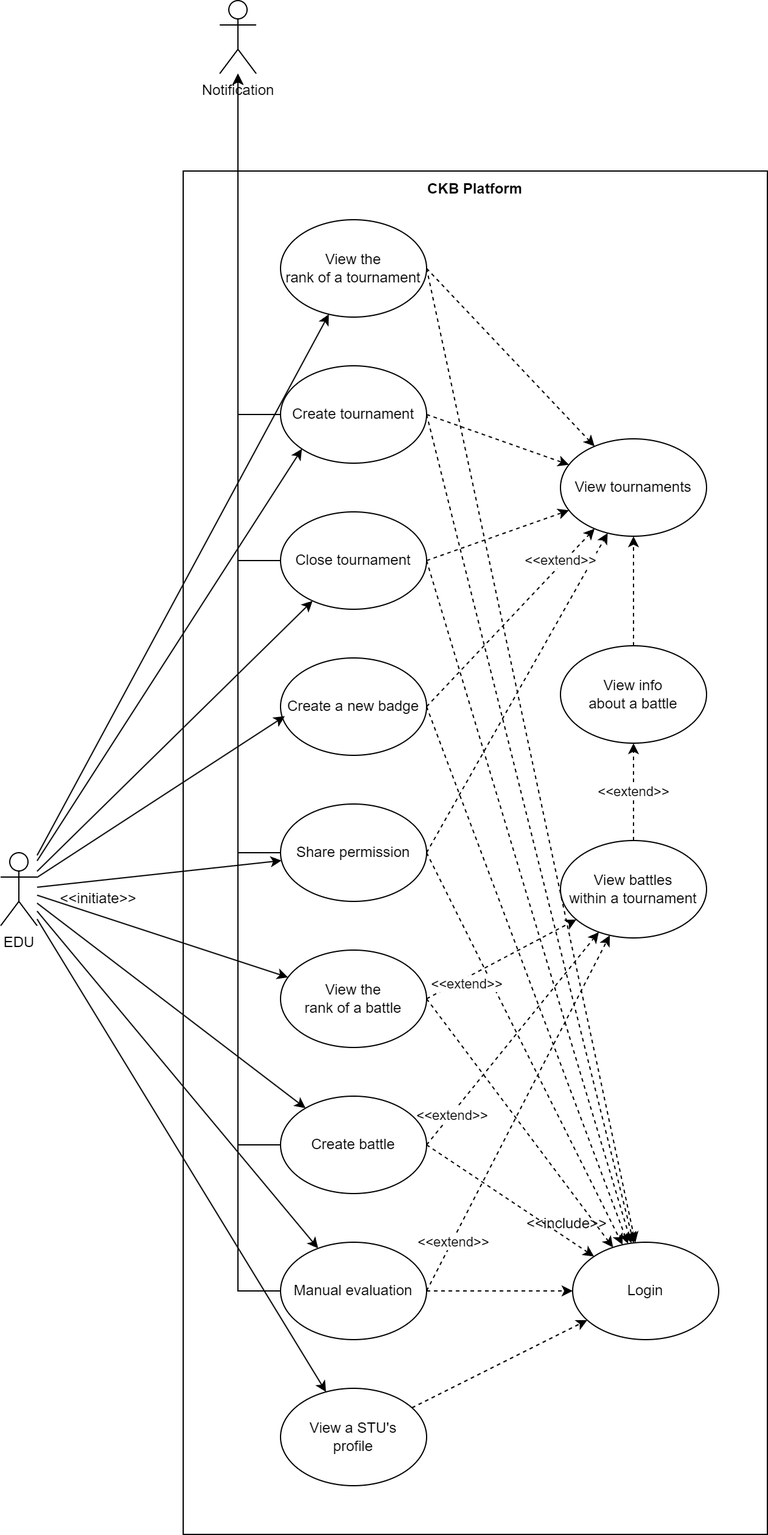
Above: RASD/images/sequence_diagrams/use_case_diagrams_EDU.png in pontig/sw-eng-2-PasiniPontiggiaStasi (draw.io), before the change. Source tidied: cells renumbered, new cells last; positions are measured from the earlier drawing's top-left corner, leaving out a move shared by most shapes. The source it was exported from:
```xml
<mxGraphModel>
  <root>
    <mxCell id="0" />
    <mxCell id="1" parent="0" />
    <mxCell id="2" style="whiteSpace=wrap;html=1;fillColor=none;" parent="1" vertex="1">
      <mxGeometry x="150" y="140" width="480" height="1120" as="geometry" />
    </mxCell>
    <mxCell id="3" style="rounded=0;jettySize=auto;html=1;exitX=1;exitY=0.5;exitDx=0;exitDy=0;dashed=1;" parent="1" edge="1" source="6" target="25">
      <mxGeometry relative="1" as="geometry" />
    </mxCell>
    <mxCell id="4" style="rounded=0;jettySize=auto;html=1;exitX=1;exitY=0.5;exitDx=0;exitDy=0;dashed=1;" parent="1" edge="1" source="6" target="26">
      <mxGeometry x="0.53" y="2" relative="1" as="geometry" />
    </mxCell>
    <mxCell id="5" style="edgeStyle=orthogonalEdgeStyle;rounded=0;jettySize=auto;html=1;" parent="1" edge="1" source="6" target="41">
      <mxGeometry relative="1" as="geometry" />
    </mxCell>
    <mxCell id="6" value="Create tournament" style="ellipse;whiteSpace=wrap;html=1;" parent="1" vertex="1">
      <mxGeometry x="230" y="300" width="120" height="80" as="geometry" />
    </mxCell>
    <mxCell id="7" style="rounded=0;jettySize=auto;html=1;exitX=1;exitY=0.5;exitDx=0;exitDy=0;dashed=1;" parent="1" edge="1" source="10" target="25">
      <mxGeometry relative="1" as="geometry" />
    </mxCell>
    <mxCell id="8" value="&amp;lt;&amp;lt;extend&amp;gt;&amp;gt;" style="edgeStyle=none;rounded=0;jettySize=auto;html=1;exitX=1;exitY=0.5;exitDx=0;exitDy=0;dashed=1;" parent="1" edge="1" source="10" target="28">
      <mxGeometry x="-0.72" y="-1" relative="1" as="geometry" />
    </mxCell>
    <mxCell id="9" style="edgeStyle=orthogonalEdgeStyle;rounded=0;jettySize=auto;html=1;" parent="1" edge="1" source="10" target="41">
      <mxGeometry relative="1" as="geometry" />
    </mxCell>
    <mxCell id="10" value="Create battle" style="ellipse;whiteSpace=wrap;html=1;" parent="1" vertex="1">
      <mxGeometry x="230" y="900" width="120" height="80" as="geometry" />
    </mxCell>
    <mxCell id="11" style="rounded=0;jettySize=auto;html=1;exitX=1;exitY=0.5;exitDx=0;exitDy=0;dashed=1;" parent="1" edge="1" source="14" target="25">
      <mxGeometry relative="1" as="geometry" />
    </mxCell>
    <mxCell id="12" style="edgeStyle=none;rounded=0;jettySize=auto;html=1;exitX=1;exitY=0.5;exitDx=0;exitDy=0;dashed=1;" parent="1" edge="1" source="14" target="26">
      <mxGeometry x="0.45" y="-2" relative="1" as="geometry" />
    </mxCell>
    <mxCell id="13" style="edgeStyle=orthogonalEdgeStyle;rounded=0;jettySize=auto;html=1;" parent="1" edge="1" source="14" target="41">
      <mxGeometry relative="1" as="geometry" />
    </mxCell>
    <mxCell id="14" value="Share permission" style="ellipse;whiteSpace=wrap;html=1;" parent="1" vertex="1">
      <mxGeometry x="230" y="660" width="120" height="80" as="geometry" />
    </mxCell>
    <mxCell id="15" style="rounded=0;jettySize=auto;html=1;exitX=1;exitY=0.5;exitDx=0;exitDy=0;dashed=1;" parent="1" edge="1" source="17" target="25">
      <mxGeometry relative="1" as="geometry" />
    </mxCell>
    <mxCell id="16" style="edgeStyle=orthogonalEdgeStyle;rounded=0;jettySize=auto;html=1;" parent="1" edge="1" source="17" target="41">
      <mxGeometry relative="1" as="geometry" />
    </mxCell>
    <mxCell id="17" value="Manual evaluation" style="ellipse;whiteSpace=wrap;html=1;" parent="1" vertex="1">
      <mxGeometry x="230" y="1020" width="120" height="80" as="geometry" />
    </mxCell>
    <mxCell id="18" style="rounded=0;jettySize=auto;html=1;exitX=1;exitY=0.5;exitDx=0;exitDy=0;dashed=1;" parent="1" edge="1" source="21" target="25">
      <mxGeometry relative="1" as="geometry" />
    </mxCell>
    <mxCell id="19" style="edgeStyle=none;rounded=0;jettySize=auto;html=1;exitX=1;exitY=0.5;exitDx=0;exitDy=0;dashed=1;" parent="1" edge="1" source="21" target="26">
      <mxGeometry x="0.38" y="2" relative="1" as="geometry" />
    </mxCell>
    <mxCell id="20" style="edgeStyle=orthogonalEdgeStyle;rounded=0;jettySize=auto;html=1;" parent="1" edge="1" source="21" target="41">
      <mxGeometry relative="1" as="geometry" />
    </mxCell>
    <mxCell id="21" value="Close tournament" style="ellipse;whiteSpace=wrap;html=1;" parent="1" vertex="1">
      <mxGeometry x="230" y="420" width="120" height="80" as="geometry" />
    </mxCell>
    <mxCell id="22" style="rounded=0;jettySize=auto;html=1;dashed=1;exitX=1;exitY=0.5;exitDx=0;exitDy=0;" parent="1" edge="1" source="24" target="25">
      <mxGeometry relative="1" as="geometry" />
    </mxCell>
    <mxCell id="23" value="&amp;lt;&amp;lt;extend&amp;gt;&amp;gt;" style="edgeStyle=none;rounded=0;jettySize=auto;html=1;exitX=1;exitY=0.5;exitDx=0;exitDy=0;dashed=1;" parent="1" edge="1" source="24" target="26">
      <mxGeometry x="0.62" y="2" relative="1" as="geometry" />
    </mxCell>
    <mxCell id="24" value="Create a new badge" style="ellipse;whiteSpace=wrap;html=1;" parent="1" vertex="1">
      <mxGeometry x="230" y="540" width="120" height="80" as="geometry" />
    </mxCell>
    <mxCell id="25" value="Login" style="ellipse;whiteSpace=wrap;html=1;" parent="1" vertex="1">
      <mxGeometry x="470" y="1020" width="120" height="80" as="geometry" />
    </mxCell>
    <mxCell id="26" value="View tournaments" style="ellipse;whiteSpace=wrap;html=1;" parent="1" vertex="1">
      <mxGeometry x="460" y="360" width="120" height="80" as="geometry" />
    </mxCell>
    <mxCell id="27" style="edgeStyle=orthogonalEdgeStyle;rounded=0;jettySize=auto;html=1;dashed=1;" parent="1" edge="1" source="53" target="26">
      <mxGeometry relative="1" as="geometry" />
    </mxCell>
    <mxCell id="28" value="View battles&lt;br&gt;within a tournament" style="ellipse;whiteSpace=wrap;html=1;" parent="1" vertex="1">
      <mxGeometry x="460" y="690" width="120" height="80" as="geometry" />
    </mxCell>
    <mxCell id="29" value="&amp;lt;&amp;lt;include&amp;gt;&amp;gt;" style="text;html=1;align=center;verticalAlign=middle;strokeColor=none;fillColor=none;" parent="1" vertex="1">
      <mxGeometry x="420" y="990" width="90" height="30" as="geometry" />
    </mxCell>
    <mxCell id="30" style="edgeStyle=none;rounded=0;jettySize=auto;html=1;entryX=0;entryY=1;entryDx=0;entryDy=0;" parent="1" edge="1" source="38" target="6">
      <mxGeometry relative="1" as="geometry" />
    </mxCell>
    <mxCell id="31" style="edgeStyle=none;rounded=0;jettySize=auto;html=1;" parent="1" edge="1" source="38" target="21">
      <mxGeometry relative="1" as="geometry" />
    </mxCell>
    <mxCell id="32" style="edgeStyle=none;rounded=0;jettySize=auto;html=1;" parent="1" edge="1" source="38" target="14">
      <mxGeometry relative="1" as="geometry" />
    </mxCell>
    <mxCell id="33" style="edgeStyle=none;rounded=0;jettySize=auto;html=1;" parent="1" edge="1" source="38" target="10">
      <mxGeometry relative="1" as="geometry" />
    </mxCell>
    <mxCell id="34" style="edgeStyle=none;rounded=0;jettySize=auto;html=1;" parent="1" edge="1" source="38" target="17">
      <mxGeometry relative="1" as="geometry" />
    </mxCell>
    <mxCell id="35" style="rounded=0;jettySize=auto;html=1;" parent="1" edge="1" source="38" target="45">
      <mxGeometry relative="1" as="geometry" />
    </mxCell>
    <mxCell id="36" style="rounded=0;jettySize=auto;html=1;" parent="1" edge="1" source="38" target="48">
      <mxGeometry relative="1" as="geometry" />
    </mxCell>
    <mxCell id="37" style="rounded=0;jettySize=auto;html=1;" parent="1" edge="1" source="38" target="51">
      <mxGeometry relative="1" as="geometry" />
    </mxCell>
    <mxCell id="38" value="EDU" style="shape=umlActor;verticalLabelPosition=bottom;verticalAlign=top;html=1;outlineConnect=0;" parent="1" vertex="1">
      <mxGeometry y="700" width="30" height="60" as="geometry" />
    </mxCell>
    <mxCell id="39" style="edgeStyle=none;rounded=0;jettySize=auto;html=1;entryX=0.029;entryY=0.598;entryDx=0;entryDy=0;entryPerimeter=0;" parent="1" edge="1" source="38" target="24">
      <mxGeometry relative="1" as="geometry" />
    </mxCell>
    <mxCell id="40" value="&amp;lt;&amp;lt;initiate&amp;gt;&amp;gt;" style="text;html=1;align=center;verticalAlign=middle;strokeColor=none;fillColor=none;" parent="1" vertex="1">
      <mxGeometry x="35" y="723" width="90" height="30" as="geometry" />
    </mxCell>
    <mxCell id="41" value="Notification" style="shape=umlActor;verticalLabelPosition=bottom;verticalAlign=top;html=1;outlineConnect=0;" parent="1" vertex="1">
      <mxGeometry x="180" width="30" height="60" as="geometry" />
    </mxCell>
    <mxCell id="42" value="&lt;b&gt;CKB Platform&lt;/b&gt;" style="text;html=1;strokeColor=none;fillColor=none;align=center;verticalAlign=middle;whiteSpace=wrap;rounded=0;" parent="1" vertex="1">
      <mxGeometry x="150" y="140" width="480" height="30" as="geometry" />
    </mxCell>
    <mxCell id="43" value="&amp;lt;&amp;lt;extend&amp;gt;&amp;gt;" style="rounded=0;jettySize=auto;html=1;dashed=1;exitX=1;exitY=0.5;exitDx=0;exitDy=0;" parent="1" edge="1" source="45" target="28">
      <mxGeometry x="-0.5" y="-5" relative="1" as="geometry" />
    </mxCell>
    <mxCell id="44" style="rounded=0;jettySize=auto;html=1;dashed=1;exitX=1;exitY=0.5;exitDx=0;exitDy=0;" parent="1" edge="1" source="45" target="25">
      <mxGeometry relative="1" as="geometry" />
    </mxCell>
    <mxCell id="45" value="View the&lt;br&gt;rank of a battle" style="ellipse;whiteSpace=wrap;html=1;" parent="1" vertex="1">
      <mxGeometry x="230" y="780" width="120" height="80" as="geometry" />
    </mxCell>
    <mxCell id="46" style="rounded=0;jettySize=auto;html=1;exitX=1;exitY=0.5;exitDx=0;exitDy=0;dashed=1;" parent="1" edge="1" source="48" target="25">
      <mxGeometry relative="1" as="geometry" />
    </mxCell>
    <mxCell id="47" style="rounded=0;jettySize=auto;html=1;dashed=1;exitX=1;exitY=0.5;exitDx=0;exitDy=0;" parent="1" edge="1" source="48" target="26">
      <mxGeometry relative="1" as="geometry" />
    </mxCell>
    <mxCell id="48" value="View the&lt;br&gt;rank of a tournament" style="ellipse;whiteSpace=wrap;html=1;" parent="1" vertex="1">
      <mxGeometry x="230" y="180" width="120" height="80" as="geometry" />
    </mxCell>
    <mxCell id="49" value="&amp;lt;&amp;lt;extend&amp;gt;&amp;gt;" style="edgeStyle=none;rounded=0;jettySize=auto;html=1;exitX=1;exitY=0.5;exitDx=0;exitDy=0;dashed=1;" parent="1" edge="1" source="17" target="28">
      <mxGeometry x="-0.72" y="-1" relative="1" as="geometry" />
    </mxCell>
    <mxCell id="50" style="rounded=0;jettySize=auto;html=1;dashed=1;" parent="1" edge="1" source="51" target="25">
      <mxGeometry relative="1" as="geometry" />
    </mxCell>
    <mxCell id="51" value="View a STU's&lt;br&gt;profile" style="ellipse;whiteSpace=wrap;html=1;" parent="1" vertex="1">
      <mxGeometry x="230" y="1140" width="120" height="80" as="geometry" />
    </mxCell>
    <mxCell id="52" value="&amp;lt;&amp;lt;extend&amp;gt;&amp;gt;" style="edgeStyle=orthogonalEdgeStyle;rounded=0;jettySize=auto;html=1;dashed=1;" parent="1" edge="1" source="28" target="53">
      <mxGeometry relative="1" as="geometry" />
    </mxCell>
    <mxCell id="53" value="View info&lt;br&gt;about a battle" style="ellipse;whiteSpace=wrap;html=1;" parent="1" vertex="1">
      <mxGeometry x="460" y="530" width="120" height="80" as="geometry" />
    </mxCell>
  </root>
</mxGraphModel>
```
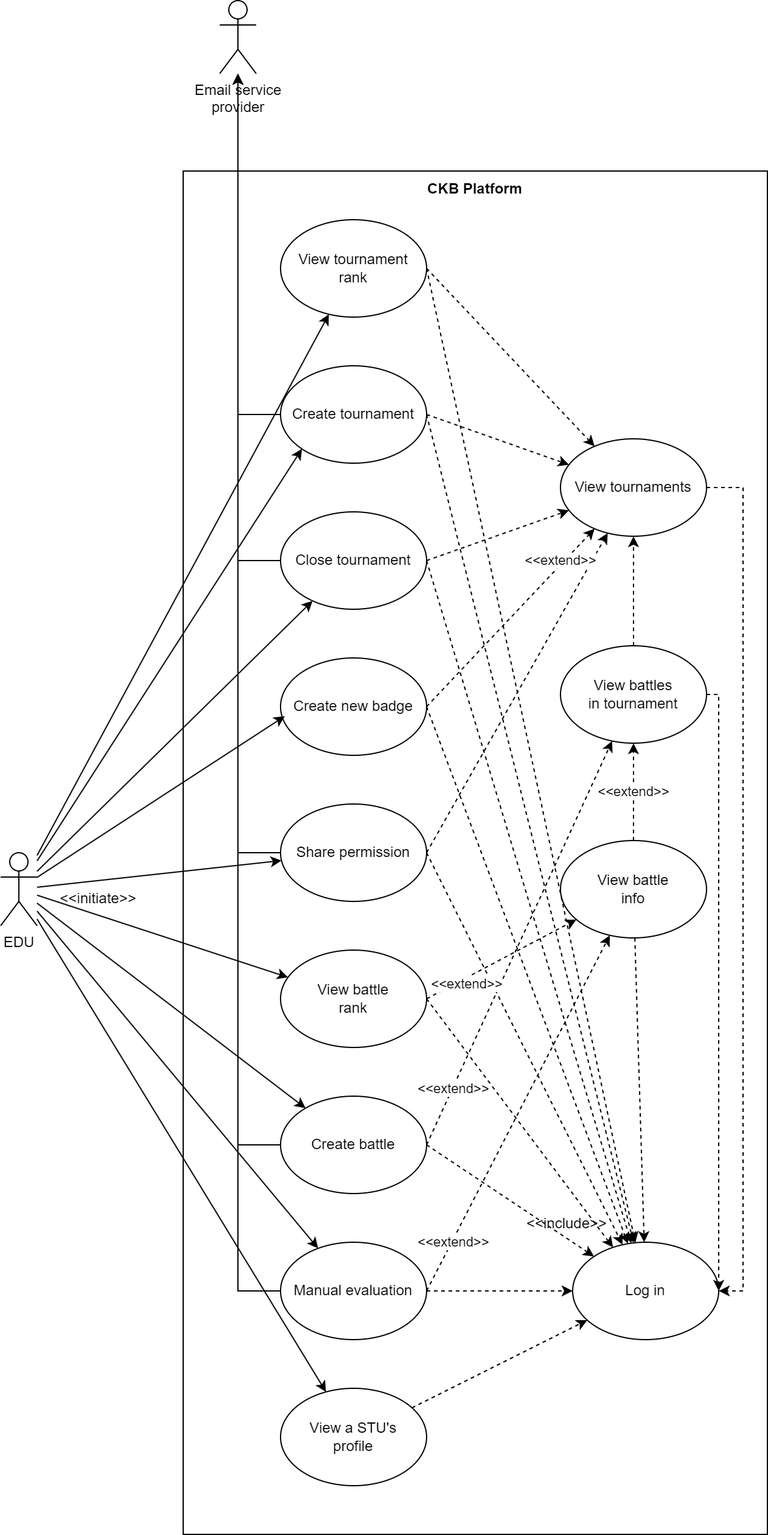
The same diagram one commit later.

Change to the diagram source:
```diff
@@ -20,7 +20,7 @@
     <mxCell id="7" style="rounded=0;jettySize=auto;html=1;exitX=1;exitY=0.5;exitDx=0;exitDy=0;dashed=1;" parent="1" edge="1" source="10" target="25">
       <mxGeometry relative="1" as="geometry" />
     </mxCell>
-    <mxCell id="8" value="&amp;lt;&amp;lt;extend&amp;gt;&amp;gt;" style="edgeStyle=none;rounded=0;jettySize=auto;html=1;exitX=1;exitY=0.5;exitDx=0;exitDy=0;dashed=1;" parent="1" edge="1" source="10" target="28">
+    <mxCell id="8" value="&amp;lt;&amp;lt;extend&amp;gt;&amp;gt;" style="edgeStyle=none;rounded=0;jettySize=auto;html=1;exitX=1;exitY=0.5;exitDx=0;exitDy=0;dashed=1;" parent="1" edge="1" source="10" target="53">
       <mxGeometry x="-0.72" y="-1" relative="1" as="geometry" />
     </mxCell>
     <mxCell id="9" style="edgeStyle=orthogonalEdgeStyle;rounded=0;jettySize=auto;html=1;" parent="1" edge="1" source="10" target="41">
@@ -68,19 +68,29 @@
     <mxCell id="23" value="&amp;lt;&amp;lt;extend&amp;gt;&amp;gt;" style="edgeStyle=none;rounded=0;jettySize=auto;html=1;exitX=1;exitY=0.5;exitDx=0;exitDy=0;dashed=1;" parent="1" edge="1" source="24" target="26">
       <mxGeometry x="0.62" y="2" relative="1" as="geometry" />
     </mxCell>
-    <mxCell id="24" value="Create a new badge" style="ellipse;whiteSpace=wrap;html=1;" parent="1" vertex="1">
+    <mxCell id="24" value="Create new badge" style="ellipse;whiteSpace=wrap;html=1;" parent="1" vertex="1">
       <mxGeometry x="230" y="540" width="120" height="80" as="geometry" />
     </mxCell>
-    <mxCell id="25" value="Login" style="ellipse;whiteSpace=wrap;html=1;" parent="1" vertex="1">
+    <mxCell id="25" value="Log in" style="ellipse;whiteSpace=wrap;html=1;" parent="1" vertex="1">
       <mxGeometry x="470" y="1020" width="120" height="80" as="geometry" />
     </mxCell>
+    <mxCell id="54" style="edgeStyle=elbowEdgeStyle;rounded=0;jettySize=auto;html=1;dashed=1;" parent="1" edge="1" source="26" target="25">
+      <mxGeometry relative="1" as="geometry">
+        <Array as="points">
+          <mxPoint x="610" y="730" />
+        </Array>
+      </mxGeometry>
+    </mxCell>
     <mxCell id="26" value="View tournaments" style="ellipse;whiteSpace=wrap;html=1;" parent="1" vertex="1">
       <mxGeometry x="460" y="360" width="120" height="80" as="geometry" />
     </mxCell>
     <mxCell id="27" style="edgeStyle=orthogonalEdgeStyle;rounded=0;jettySize=auto;html=1;dashed=1;" parent="1" edge="1" source="53" target="26">
       <mxGeometry relative="1" as="geometry" />
     </mxCell>
+    <mxCell id="55" style="rounded=0;jettySize=auto;html=1;dashed=1;" parent="1" edge="1" source="28" target="25">
+      <mxGeometry relative="1" as="geometry" />
+    </mxCell>
-    <mxCell id="28" value="View battles&lt;br&gt;within a tournament" style="ellipse;whiteSpace=wrap;html=1;" parent="1" vertex="1">
+    <mxCell id="28" value="&lt;span style=&quot;color: rgb(0, 0, 0); font-family: Helvetica; font-size: 12px; font-style: normal; font-variant-ligatures: normal; font-variant-caps: normal; font-weight: 400; letter-spacing: normal; orphans: 2; text-align: center; text-indent: 0px; text-transform: none; widows: 2; word-spacing: 0px; -webkit-text-stroke-width: 0px; background-color: rgb(251, 251, 251); text-decoration-thickness: initial; text-decoration-style: initial; text-decoration-color: initial; float: none; display: inline !important;&quot;&gt;View battle&lt;/span&gt;&lt;br style=&quot;border-color: var(--border-color); color: rgb(0, 0, 0); font-family: Helvetica; font-size: 12px; font-style: normal; font-variant-ligatures: normal; font-variant-caps: normal; font-weight: 400; letter-spacing: normal; orphans: 2; text-align: center; text-indent: 0px; text-transform: none; widows: 2; word-spacing: 0px; -webkit-text-stroke-width: 0px; background-color: rgb(251, 251, 251); text-decoration-thickness: initial; text-decoration-style: initial; text-decoration-color: initial;&quot;&gt;&lt;span style=&quot;color: rgb(0, 0, 0); font-family: Helvetica; font-size: 12px; font-style: normal; font-variant-ligatures: normal; font-variant-caps: normal; font-weight: 400; letter-spacing: normal; orphans: 2; text-align: center; text-indent: 0px; text-transform: none; widows: 2; word-spacing: 0px; -webkit-text-stroke-width: 0px; background-color: rgb(251, 251, 251); text-decoration-thickness: initial; text-decoration-style: initial; text-decoration-color: initial; float: none; display: inline !important;&quot;&gt;info&lt;/span&gt;" style="ellipse;whiteSpace=wrap;html=1;" parent="1" vertex="1">
       <mxGeometry x="460" y="690" width="120" height="80" as="geometry" />
     </mxCell>
     <mxCell id="29" value="&amp;lt;&amp;lt;include&amp;gt;&amp;gt;" style="text;html=1;align=center;verticalAlign=middle;strokeColor=none;fillColor=none;" parent="1" vertex="1">
@@ -119,7 +129,7 @@
     <mxCell id="40" value="&amp;lt;&amp;lt;initiate&amp;gt;&amp;gt;" style="text;html=1;align=center;verticalAlign=middle;strokeColor=none;fillColor=none;" parent="1" vertex="1">
       <mxGeometry x="35" y="723" width="90" height="30" as="geometry" />
     </mxCell>
-    <mxCell id="41" value="Notification" style="shape=umlActor;verticalLabelPosition=bottom;verticalAlign=top;html=1;outlineConnect=0;" parent="1" vertex="1">
+    <mxCell id="41" value="Email service&lt;br&gt;provider" style="shape=umlActor;verticalLabelPosition=bottom;verticalAlign=top;html=1;outlineConnect=0;" parent="1" vertex="1">
       <mxGeometry x="180" width="30" height="60" as="geometry" />
     </mxCell>
     <mxCell id="42" value="&lt;b&gt;CKB Platform&lt;/b&gt;" style="text;html=1;strokeColor=none;fillColor=none;align=center;verticalAlign=middle;whiteSpace=wrap;rounded=0;" parent="1" vertex="1">
@@ -131,7 +141,7 @@
     <mxCell id="44" style="rounded=0;jettySize=auto;html=1;dashed=1;exitX=1;exitY=0.5;exitDx=0;exitDy=0;" parent="1" edge="1" source="45" target="25">
       <mxGeometry relative="1" as="geometry" />
     </mxCell>
-    <mxCell id="45" value="View the&lt;br&gt;rank of a battle" style="ellipse;whiteSpace=wrap;html=1;" parent="1" vertex="1">
+    <mxCell id="45" value="View battle&lt;br&gt;rank" style="ellipse;whiteSpace=wrap;html=1;" parent="1" vertex="1">
       <mxGeometry x="230" y="780" width="120" height="80" as="geometry" />
     </mxCell>
     <mxCell id="46" style="rounded=0;jettySize=auto;html=1;exitX=1;exitY=0.5;exitDx=0;exitDy=0;dashed=1;" parent="1" edge="1" source="48" target="25">
@@ -140,7 +150,7 @@
     <mxCell id="47" style="rounded=0;jettySize=auto;html=1;dashed=1;exitX=1;exitY=0.5;exitDx=0;exitDy=0;" parent="1" edge="1" source="48" target="26">
       <mxGeometry relative="1" as="geometry" />
     </mxCell>
-    <mxCell id="48" value="View the&lt;br&gt;rank of a tournament" style="ellipse;whiteSpace=wrap;html=1;" parent="1" vertex="1">
+    <mxCell id="48" value="View tournament&lt;br&gt;rank" style="ellipse;whiteSpace=wrap;html=1;" parent="1" vertex="1">
       <mxGeometry x="230" y="180" width="120" height="80" as="geometry" />
     </mxCell>
     <mxCell id="49" value="&amp;lt;&amp;lt;extend&amp;gt;&amp;gt;" style="edgeStyle=none;rounded=0;jettySize=auto;html=1;exitX=1;exitY=0.5;exitDx=0;exitDy=0;dashed=1;" parent="1" edge="1" source="17" target="28">
@@ -155,7 +165,14 @@
     <mxCell id="52" value="&amp;lt;&amp;lt;extend&amp;gt;&amp;gt;" style="edgeStyle=orthogonalEdgeStyle;rounded=0;jettySize=auto;html=1;dashed=1;" parent="1" edge="1" source="28" target="53">
       <mxGeometry relative="1" as="geometry" />
     </mxCell>
+    <mxCell id="56" style="edgeStyle=elbowEdgeStyle;rounded=0;jettySize=auto;html=1;dashed=1;" parent="1" edge="1" source="53" target="25">
+      <mxGeometry relative="1" as="geometry">
+        <Array as="points">
+          <mxPoint x="590" y="810" />
+        </Array>
+      </mxGeometry>
+    </mxCell>
-    <mxCell id="53" value="View info&lt;br&gt;about a battle" style="ellipse;whiteSpace=wrap;html=1;" parent="1" vertex="1">
+    <mxCell id="53" value="View battles&lt;br style=&quot;border-color: var(--border-color);&quot;&gt;in tournament" style="ellipse;whiteSpace=wrap;html=1;" parent="1" vertex="1">
       <mxGeometry x="460" y="530" width="120" height="80" as="geometry" />
     </mxCell>
   </root>
```
